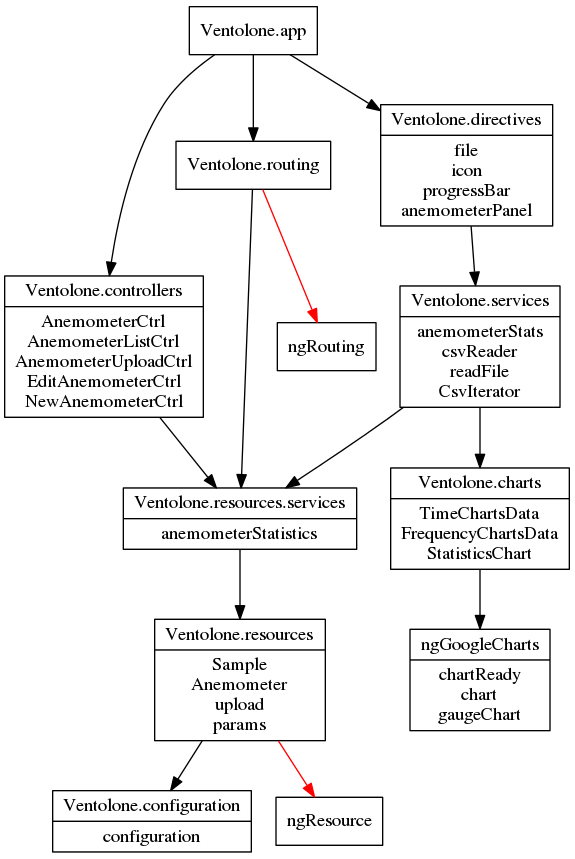
VentolONE/ventolone-app keeps this Graphviz diagram as dependencies-graph.png. Above is the earlier version. Its source is kept beside it as dependencies-graph.dot.
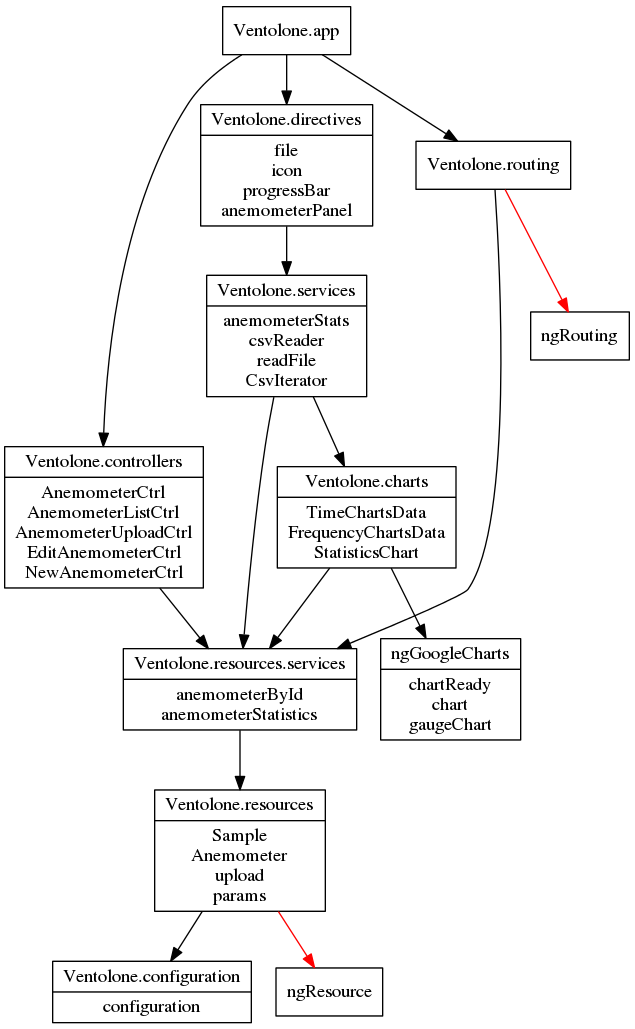
Above is the later version.

The edit, as a diff of the source:
```diff
@@ -3,7 +3,7 @@
 
   "Ventolone.configuration"[label="{Ventolone.configuration|configuration}"];
   "Ventolone.resources"[label="{Ventolone.resources|Sample\nAnemometer\nupload\nparams}"]
-  "Ventolone.resources.services"[label="{Ventolone.resources.services|anemometerStatistics}"]
+  "Ventolone.resources.services"[label="{Ventolone.resources.services|anemometerById\nanemometerStatistics}"]
   "Ventolone.controllers"[label="{Ventolone.controllers|AnemometerCtrl\nAnemometerListCtrl\nAnemometerUploadCtrl\nEditAnemometerCtrl\nNewAnemometerCtrl}"]
   "ngGoogleCharts"[label="{ngGoogleCharts|chartReady\nchart\ngaugeChart}"]
   "Ventolone.charts"[label="{Ventolone.charts|TimeChartsData\nFrequencyChartsData\nStatisticsChart}"]
@@ -15,6 +15,7 @@
   "Ventolone.app" -> "Ventolone.routing"
 
   "Ventolone.charts" -> "ngGoogleCharts"
+  "Ventolone.charts" -> "Ventolone.resources.services"
   "Ventolone.controllers" -> "Ventolone.resources.services"
   "Ventolone.directives" -> "Ventolone.services"
   "Ventolone.resources" -> "ngResource"[color="red"]
```
